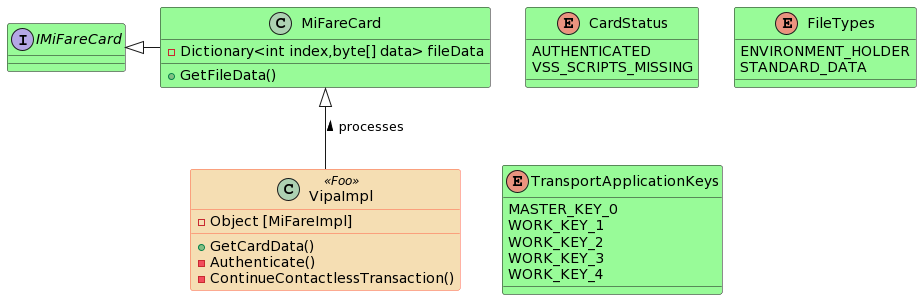
Earlier version of the PlantUML export Documentation/ClassDiagram/MiFareCard.png (web-projects/MIFARE_APP).
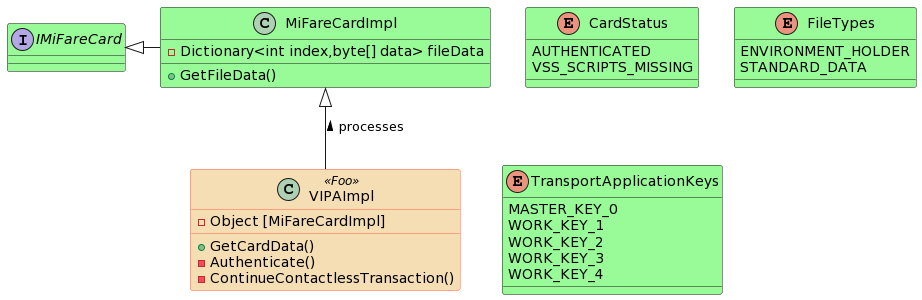
The same file after the commit.

Commit message:
Refactoring of class

What changed in the source:
```diff
@@ -3,8 +3,8 @@
 
 interface IMiFareCard
 
-IMiFareCard <|- MiFareCard
-MiFareCard <|-- VipaImpl : < processes
+IMiFareCard <|- MiFareCardImpl
+MiFareCardImpl <|-- VIPAImpl : < processes
 
 skinparam class {
     BackgroundColor PaleGreen
@@ -13,13 +13,13 @@
     BorderColor<<Foo>> Tomato
 }
 
-class MiFareCard {
+class MiFareCardImpl {
     -Dictionary<int index,byte[] data> fileData
     +GetFileData()
 }
 
-class VipaImpl <<Foo>> {
-    -Object [MiFareImpl]
+class VIPAImpl <<Foo>> {
+    -Object [MiFareCardImpl]
     +GetCardData()
     -Authenticate()
     -ContinueContactlessTransaction()
```
